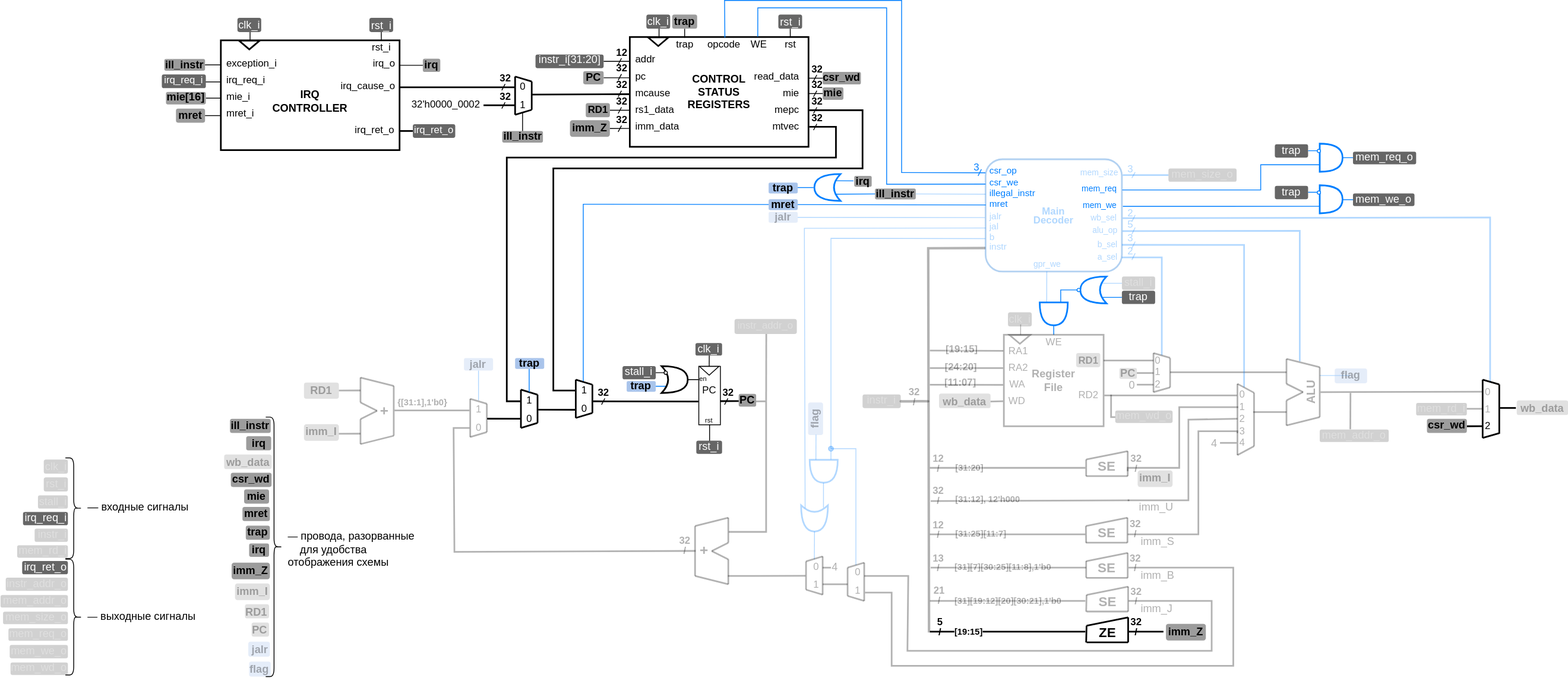
Before: .pic/Labs/lab_11_irq_integration/fig_01.drawio.svg, a diagram exported from draw.io (MPSU/APS). Source tidied: cells renumbered, new cells last; positions are measured from the earlier drawing's top-left corner, leaving out a move shared by most shapes.
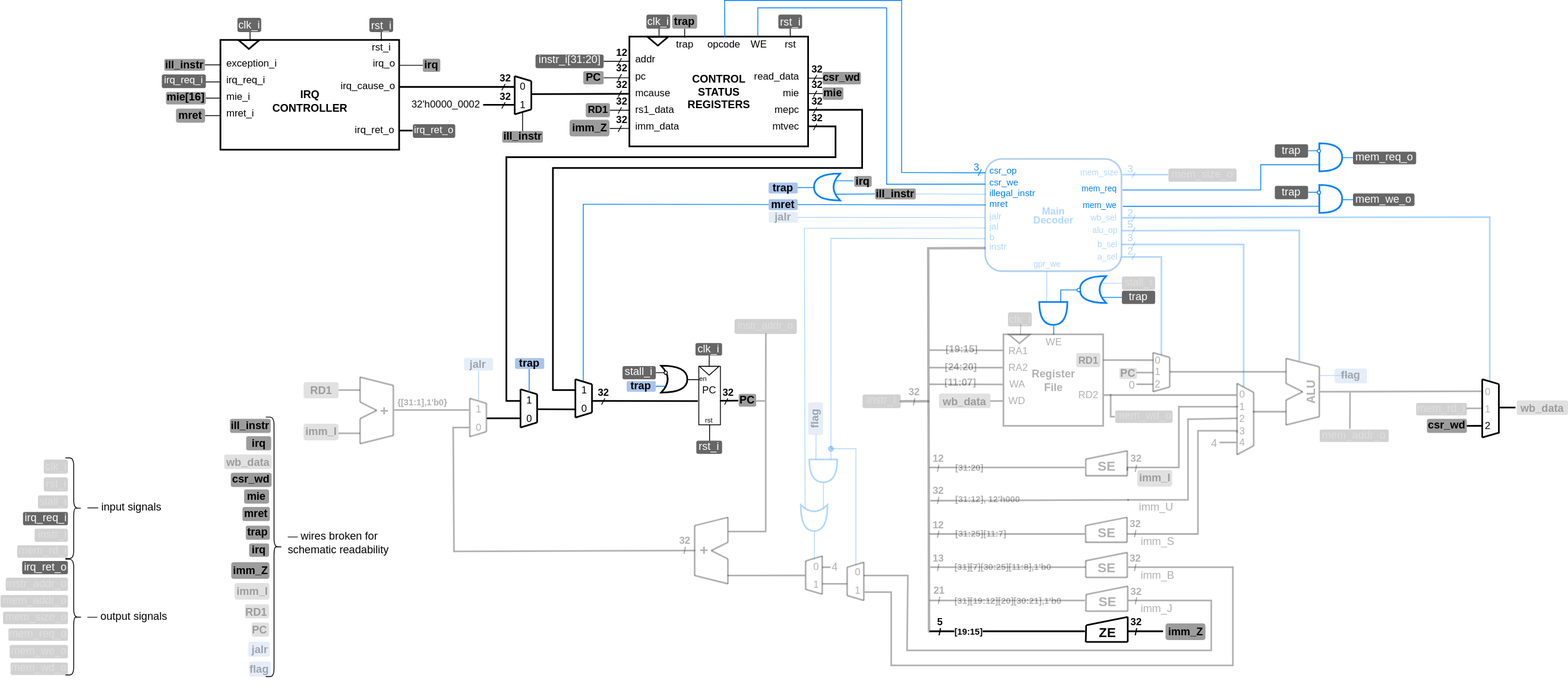
The same file after the commit.

What changed in the source:
```diff
@@ -927,13 +927,13 @@
     <mxCell id="188" style="shape=curlyBracket;whiteSpace=wrap;html=1;rounded=1;flipH=1;labelPosition=right;verticalLabelPosition=middle;align=left;verticalAlign=middle;spacingRight=1;strokeOpacity=100;fillOpacity=100;" parent="1" vertex="1">
       <mxGeometry x="78" y="550" width="20" height="121" as="geometry" />
     </mxCell>
-    <mxCell id="189" value="&lt;span style=&quot;color: rgb(0, 0, 0); font-family: Helvetica; font-size: 13px; font-style: normal; font-variant-ligatures: normal; font-variant-caps: normal; font-weight: 400; letter-spacing: normal; orphans: 2; text-align: center; text-indent: 0px; text-transform: none; widows: 2; word-spacing: 0px; -webkit-text-stroke-width: 0px; text-decoration-thickness: initial; text-decoration-style: initial; text-decoration-color: initial; float: none; display: inline !important;&quot;&gt;— входные сигналы&lt;/span&gt;" style="text;whiteSpace=wrap;html=1;labelBackgroundColor=none;strokeOpacity=100;fillOpacity=100;" parent="1" vertex="1">
+    <mxCell id="189" value="&lt;span style=&quot;color: rgb(0, 0, 0); font-family: Helvetica; font-size: 13px; font-style: normal; font-variant-ligatures: normal; font-variant-caps: normal; font-weight: 400; letter-spacing: normal; orphans: 2; text-align: center; text-indent: 0px; text-transform: none; widows: 2; word-spacing: 0px; -webkit-text-stroke-width: 0px; text-decoration-thickness: initial; text-decoration-style: initial; text-decoration-color: initial; float: none; display: inline !important;&quot;&gt;— input signals&lt;/span&gt;" style="text;whiteSpace=wrap;html=1;labelBackgroundColor=none;strokeOpacity=100;fillOpacity=100;" parent="1" vertex="1">
       <mxGeometry x="103" y="595" width="133" height="29" as="geometry" />
     </mxCell>
     <mxCell id="190" style="shape=curlyBracket;whiteSpace=wrap;html=1;rounded=1;flipH=1;labelPosition=right;verticalLabelPosition=middle;align=left;verticalAlign=middle;spacingRight=1;strokeOpacity=100;fillOpacity=100;" parent="1" vertex="1">
       <mxGeometry x="78" y="672" width="20" height="139" as="geometry" />
     </mxCell>
-    <mxCell id="191" value="—&lt;span style=&quot;color: rgb(0, 0, 0); font-family: Helvetica; font-size: 13px; font-style: normal; font-variant-ligatures: normal; font-variant-caps: normal; font-weight: 400; letter-spacing: normal; orphans: 2; text-align: center; text-indent: 0px; text-transform: none; widows: 2; word-spacing: 0px; -webkit-text-stroke-width: 0px; text-decoration-thickness: initial; text-decoration-style: initial; text-decoration-color: initial; float: none; display: inline !important;&quot;&gt; выходные сигналы&lt;/span&gt;" style="text;whiteSpace=wrap;html=1;labelBackgroundColor=none;strokeOpacity=100;fillOpacity=100;" parent="1" vertex="1">
+    <mxCell id="191" value="—&lt;span style=&quot;color: rgb(0, 0, 0); font-family: Helvetica; font-size: 13px; font-style: normal; font-variant-ligatures: normal; font-variant-caps: normal; font-weight: 400; letter-spacing: normal; orphans: 2; text-align: center; text-indent: 0px; text-transform: none; widows: 2; word-spacing: 0px; -webkit-text-stroke-width: 0px; text-decoration-thickness: initial; text-decoration-style: initial; text-decoration-color: initial; float: none; display: inline !important;&quot;&gt; output signals&lt;/span&gt;&lt;div&gt;&lt;span style=&quot;color: rgb(0, 0, 0); font-family: Helvetica; font-size: 13px; font-style: normal; font-variant-ligatures: normal; font-variant-caps: normal; font-weight: 400; letter-spacing: normal; orphans: 2; text-align: center; text-indent: 0px; text-transform: none; widows: 2; word-spacing: 0px; -webkit-text-stroke-width: 0px; text-decoration-thickness: initial; text-decoration-style: initial; text-decoration-color: initial; float: none; display: inline !important;&quot;&gt;&lt;br&gt;&lt;/span&gt;&lt;/div&gt;" style="text;whiteSpace=wrap;html=1;labelBackgroundColor=none;strokeOpacity=100;fillOpacity=100;" parent="1" vertex="1">
       <mxGeometry x="103" y="726" width="133" height="29" as="geometry" />
     </mxCell>
     <mxCell id="192" value="&lt;font style=&quot;font-size: 13px;&quot;&gt;mem_req_o&lt;/font&gt;" style="text;html=1;strokeColor=none;fillColor=#666666;align=right;verticalAlign=middle;whiteSpace=wrap;rounded=1;comic=0;fontColor=#FFFFFF;jiggle=0.5;spacing=0;spacingBottom=3;fontSize=13;fontStyle=0;spacingRight=1;strokeOpacity=30;fillOpacity=30;textOpacity=30;" parent="1" vertex="1">
@@ -951,7 +951,7 @@
     <mxCell id="196" style="shape=curlyBracket;whiteSpace=wrap;html=1;rounded=1;flipH=1;labelPosition=right;verticalLabelPosition=middle;align=left;verticalAlign=middle;strokeOpacity=100;fillOpacity=100;" parent="1" vertex="1">
       <mxGeometry x="319" y="501" width="20" height="312" as="geometry" />
     </mxCell>
-    <mxCell id="197" value="—&lt;span style=&quot;color: rgb(0, 0, 0); font-family: Helvetica; font-size: 13px; font-style: normal; font-variant-ligatures: normal; font-variant-caps: normal; font-weight: 400; letter-spacing: normal; orphans: 2; text-align: center; text-indent: 0px; text-transform: none; widows: 2; word-spacing: 0px; -webkit-text-stroke-width: 0px; text-decoration-thickness: initial; text-decoration-style: initial; text-decoration-color: initial; float: none; display: inline !important;&quot;&gt; провода, разорванные&amp;nbsp; &amp;nbsp; &amp;nbsp; &amp;nbsp; для удобства&amp;nbsp; &amp;nbsp; &amp;nbsp; &amp;nbsp; &amp;nbsp; &amp;nbsp; &amp;nbsp; &amp;nbsp; &amp;nbsp; &amp;nbsp; отображения схемы&lt;/span&gt;" style="text;whiteSpace=wrap;html=1;labelBackgroundColor=none;strokeOpacity=100;fillOpacity=100;" parent="1" vertex="1">
+    <mxCell id="197" value="—&lt;span style=&quot;color: rgb(0, 0, 0); font-family: Helvetica; font-size: 13px; font-style: normal; font-variant-ligatures: normal; font-variant-caps: normal; font-weight: 400; letter-spacing: normal; orphans: 2; text-align: center; text-indent: 0px; text-transform: none; widows: 2; word-spacing: 0px; -webkit-text-stroke-width: 0px; text-decoration-thickness: initial; text-decoration-style: initial; text-decoration-color: initial; float: none; display: inline !important;&quot;&gt; wires broken for schematic readability&lt;/span&gt;" style="text;whiteSpace=wrap;html=1;labelBackgroundColor=none;strokeOpacity=100;fillOpacity=100;" parent="1" vertex="1">
       <mxGeometry x="344" y="630" width="166" height="74" as="geometry" />
     </mxCell>
     <mxCell id="198" value="&lt;font style=&quot;font-size: 13px;&quot;&gt;PC&lt;/font&gt;" style="text;html=1;strokeColor=none;fillColor=#9C9C9C;align=right;verticalAlign=middle;whiteSpace=wrap;rounded=1;fontSize=13;fontColor=#000000;comic=0;jiggle=0.5;fontStyle=1;strokeOpacity=30;fillOpacity=30;textOpacity=30;" parent="1" vertex="1">
```
